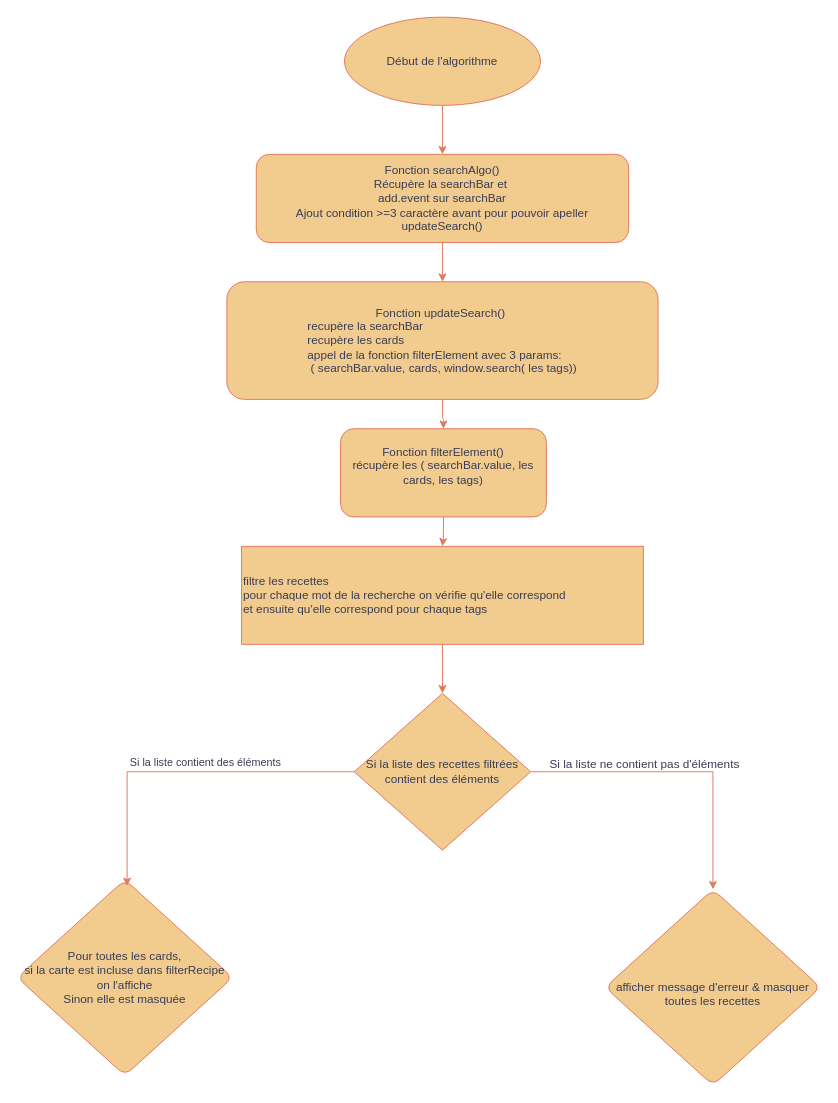
The draw.io diagram Algo de recherche n°2.drawio in abaddon101/Projet---Les-Petits-Plats, before the edit. Source tidied: cells renumbered, new cells numbered last; positions are measured from the earlier drawing's top-left corner, leaving out a move shared by most shapes. Both pictures are drawn from the tidied source at 98%, with x=0, y=0 at pixel (17, 17).
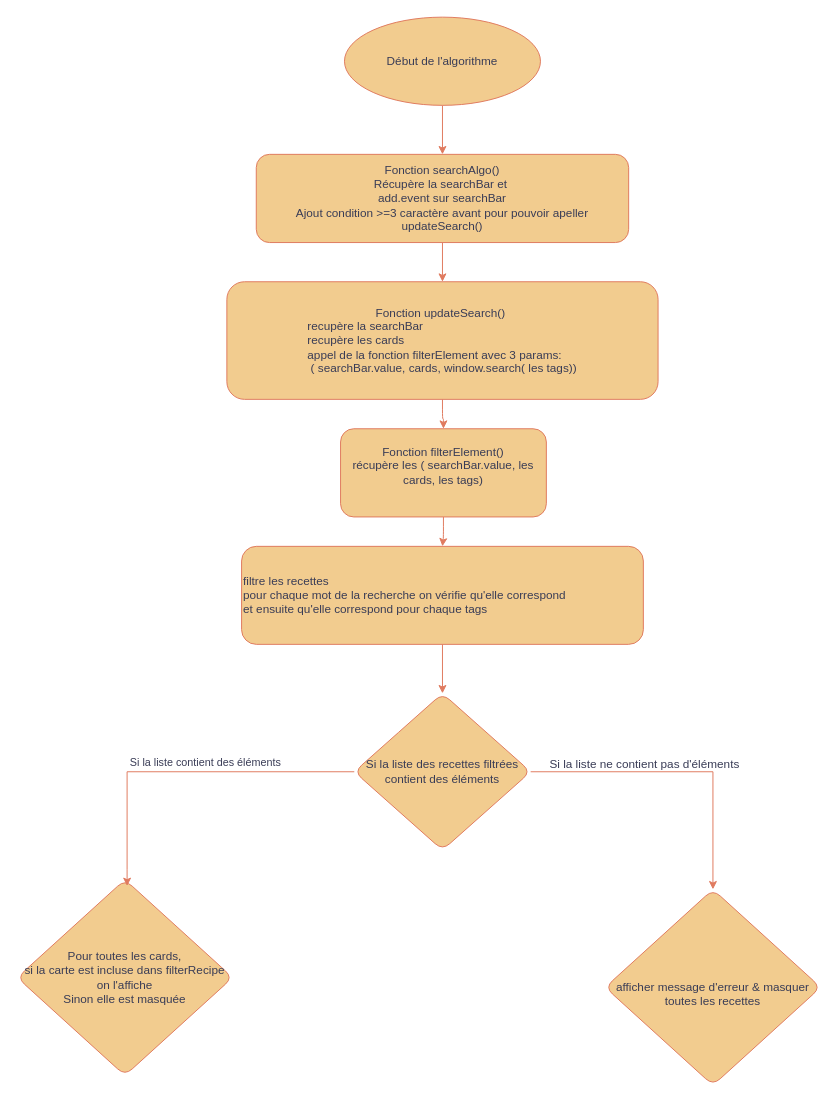
The same diagram, later.

Commit message:
Mettre à jour Algo de recherche n°2.drawio

Diff of the diagram source:
```diff
@@
-    <mxCell id="13" value="filtre les recettes&lt;br&gt;pour chaque mot de la recherche on vérifie qu'elle correspond&amp;nbsp;&lt;br&gt;et ensuite qu'elle correspond pour chaque tags&amp;nbsp;" style="rounded=0;whiteSpace=wrap;html=1;strokeColor=#E07A5F;fontColor=#393C56;fillColor=#F2CC8F;align=left;" parent="1" vertex="1">
+    <mxCell id="13" value="filtre les recettes&lt;br&gt;pour chaque mot de la recherche on vérifie qu'elle correspond&amp;nbsp;&lt;br&gt;et ensuite qu'elle correspond pour chaque tags&amp;nbsp;" style="rounded=1;whiteSpace=wrap;html=1;strokeColor=#E07A5F;fontColor=#393C56;fillColor=#F2CC8F;align=left;" parent="1" vertex="1">
       <mxGeometry x="229" y="540" width="410" height="100" as="geometry" />
     </mxCell>
@@
-    <mxCell id="17" value="Si la liste des recettes filtrées&lt;br&gt;contient des éléments" style="rhombus;whiteSpace=wrap;html=1;strokeColor=#E07A5F;fontColor=#393C56;fillColor=#F2CC8F;" parent="1" vertex="1">
+    <mxCell id="17" value="Si la liste des recettes filtrées&lt;br&gt;contient des éléments" style="rhombus;whiteSpace=wrap;html=1;strokeColor=#E07A5F;fontColor=#393C56;fillColor=#F2CC8F;rounded=1;" parent="1" vertex="1">
       <mxGeometry x="344" y="690" width="180" height="160" as="geometry" />
     </mxCell>
```
